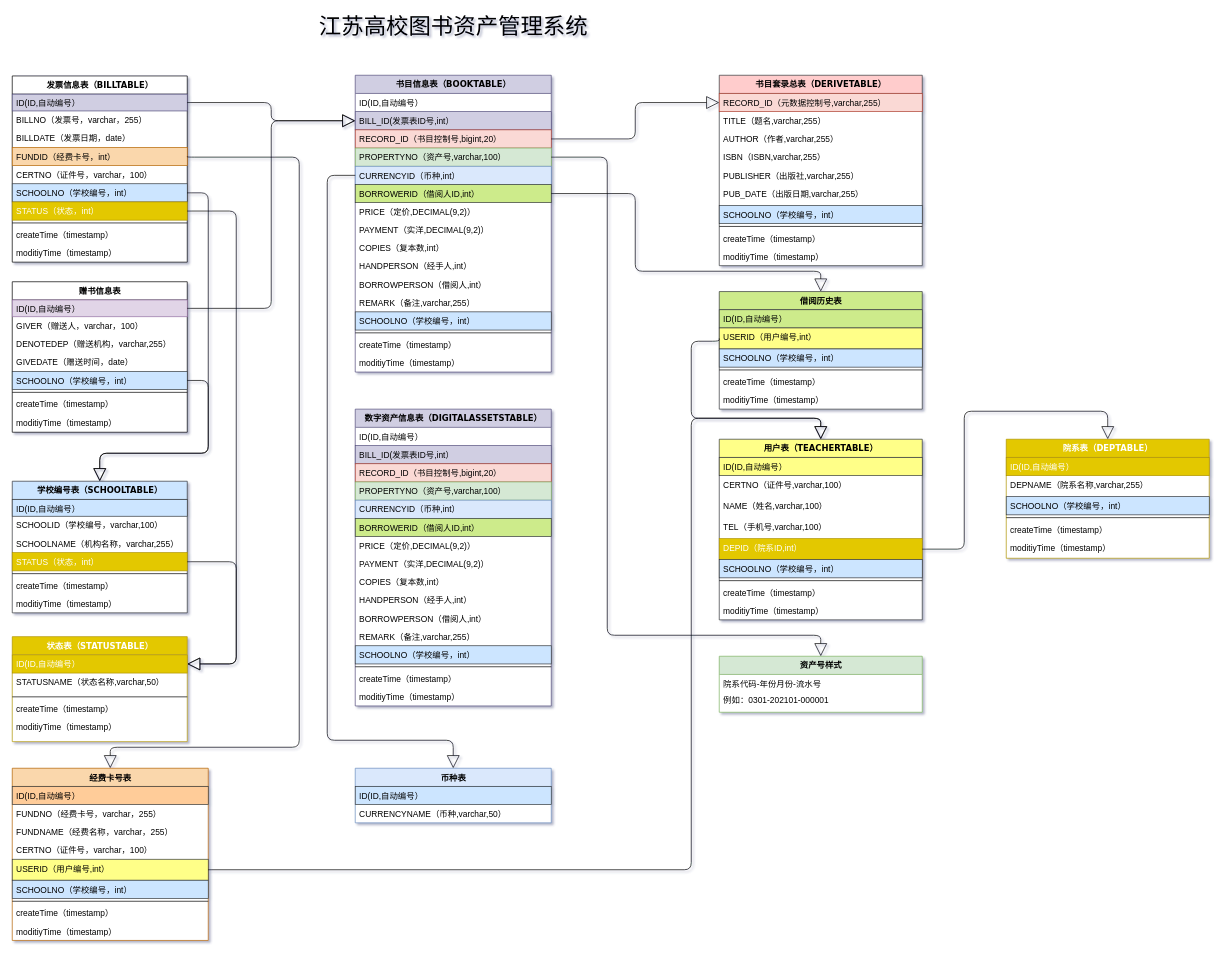
Above: 图书资产管理系统.drawio in yisqiu/SimpleMap-wx (draw.io), before the change. Source tidied: cells renumbered, new cells numbered last; positions are measured from the earlier drawing's top-left corner, leaving out a move shared by most shapes. Both pictures are drawn from the tidied source at 70%, with x=0, y=0 at pixel (12, 12).
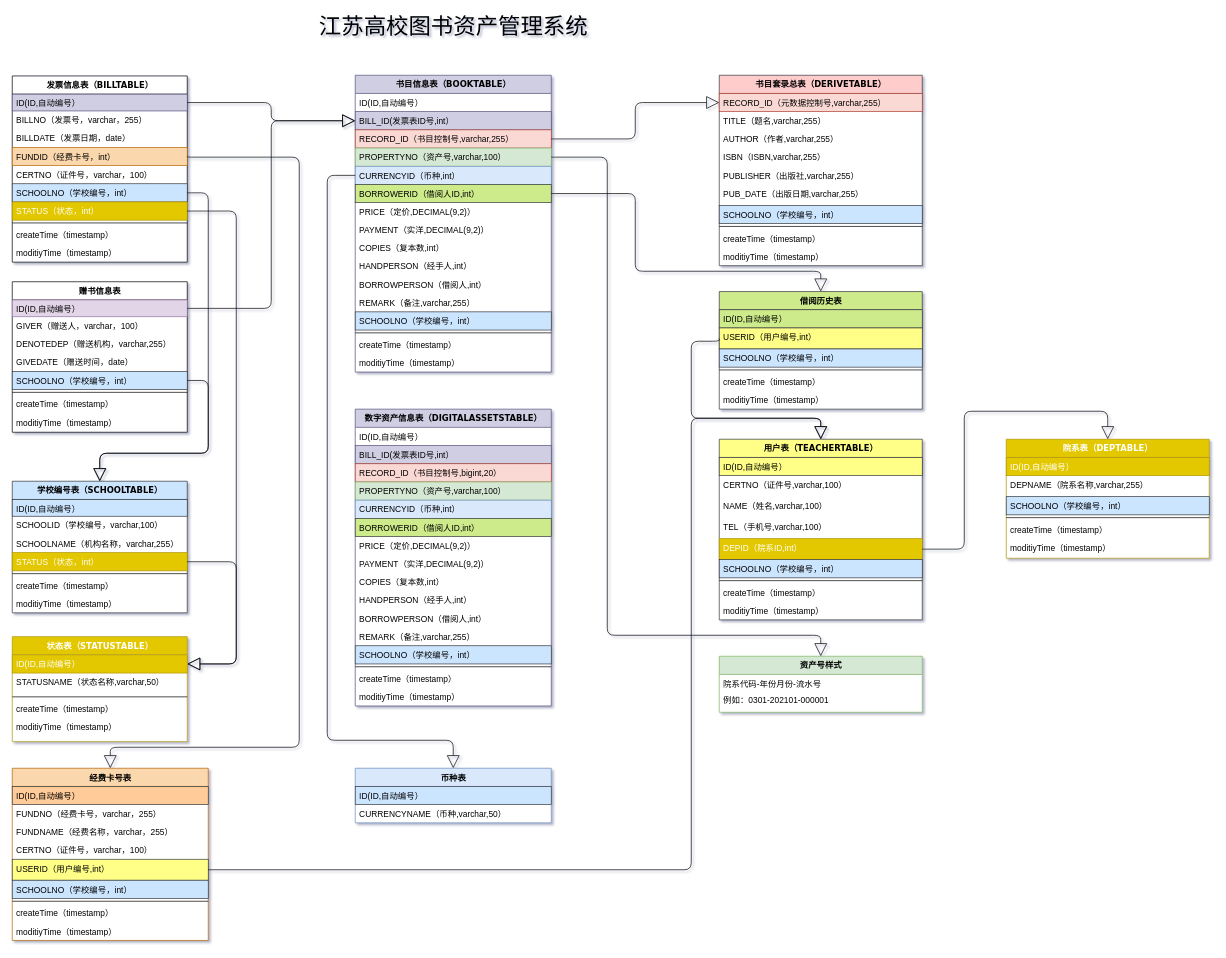
The same diagram, later.

Commit message:
修改书目控制号类型为varchar

The change refers to these unchanged cells:
```xml
<mxCell id="23" value="书目信息表（BOOKTABLE）" style="swimlane;html=1;fontStyle=1;align=center;verticalAlign=top;horizontal=1;startSize=26;swimlaneFillColor=#ffffff;shadow=0;comic=0;labelBackgroundColor=none;strokeWidth=1;fillColor=#d0cee2;fontFamily=Verdana;fontSize=12;strokeColor=#56517e;" parent="1" vertex="1">
  <mxGeometry x="490" y="90" width="280" height="424" as="geometry" />
</mxCell>
```

Diff of the diagram source:
```diff
@@
-    <mxCell id="26" value="RECORD_ID（书目控制号,bigint,20）" style="text;html=1;strokeColor=#ae4132;fillColor=#fad9d5;align=left;verticalAlign=top;spacingLeft=4;spacingRight=4;whiteSpace=wrap;overflow=hidden;points=[[0,0.5],[1,0.5]];portConstraint=eastwest;" parent="23" vertex="1">
+    <mxCell id="26" value="RECORD_ID（书目控制号,varchar,255）" style="text;html=1;strokeColor=#ae4132;fillColor=#fad9d5;align=left;verticalAlign=top;spacingLeft=4;spacingRight=4;whiteSpace=wrap;overflow=hidden;points=[[0,0.5],[1,0.5]];portConstraint=eastwest;" parent="23" vertex="1">
       <mxGeometry y="78" width="280" height="26" as="geometry" />
     </mxCell>
```
